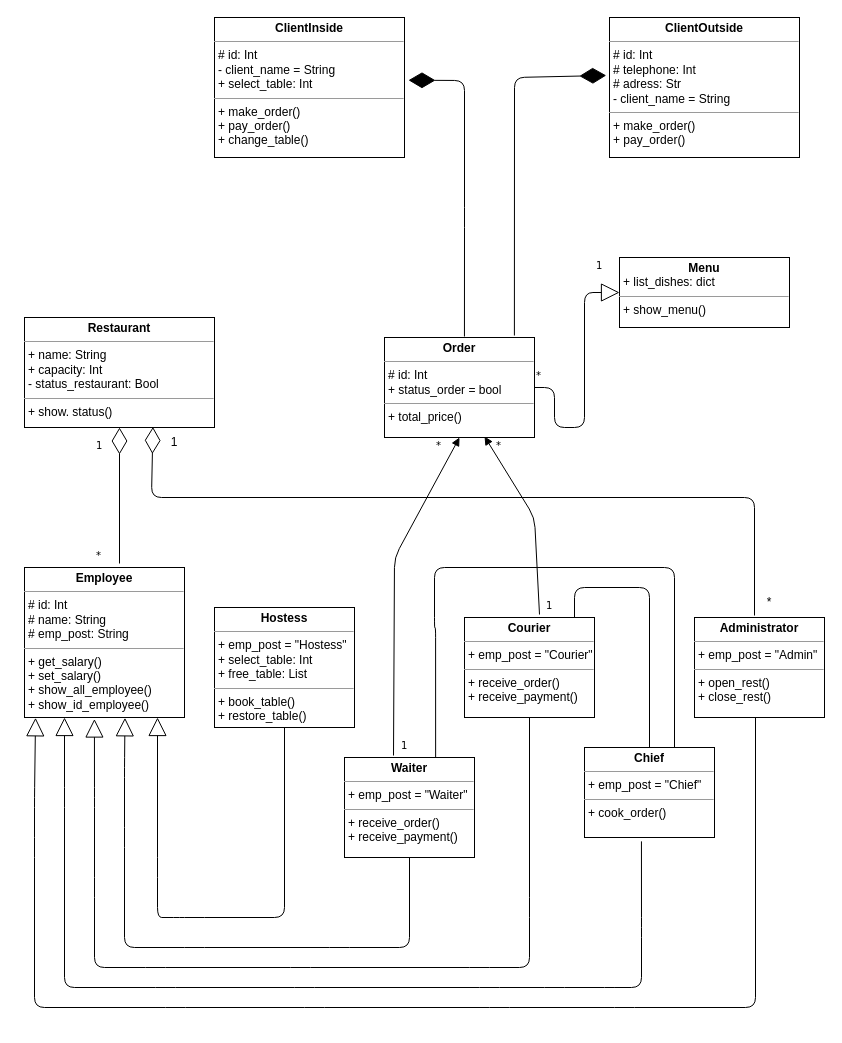
Mariia-Kosorotykova/python-education keeps this draw.io diagram as oop_uml_diagram/diagram_UML.drawio. Above is the earlier version. Source tidied: cells renumbered, new cells numbered last; positions are measured from the earlier drawing's top-left corner, leaving out a move shared by most shapes. Both pictures are drawn from the tidied source at 100%, with x=0, y=0 at pixel (24, 17).
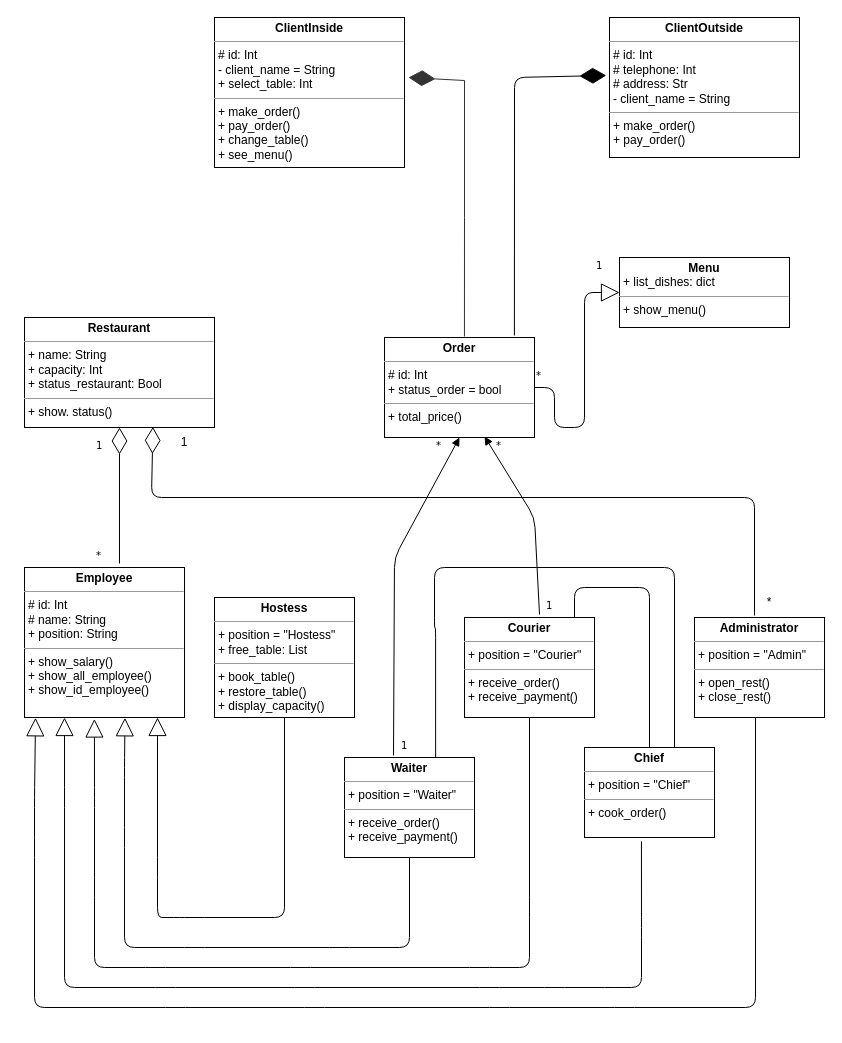
After the change.

Commit message (it also covers changes not shown here):
Added uml diagram

The change refers to these unchanged cells:
```xml
<mxCell id="7" value="&lt;p style=&quot;margin: 0px ; margin-top: 4px ; text-align: center&quot;&gt;&lt;b&gt;Order&lt;/b&gt;&lt;/p&gt;&lt;hr size=&quot;1&quot;&gt;&lt;p style=&quot;margin: 0px ; margin-left: 4px&quot;&gt;# id: Int&lt;/p&gt;&lt;p style=&quot;margin: 0px ; margin-left: 4px&quot;&gt;+ status_order = bool&lt;/p&gt;&lt;hr size=&quot;1&quot;&gt;&lt;p style=&quot;margin: 0px ; margin-left: 4px&quot;&gt;+ total_price()&lt;/p&gt;" style="verticalAlign=top;align=left;overflow=fill;fontSize=12;fontFamily=Helvetica;html=1;rounded=0;shadow=0;comic=0;labelBackgroundColor=none;strokeWidth=1;" parent="1" vertex="1">
  <mxGeometry x="360" y="320" width="150" height="100" as="geometry" />
</mxCell>
```

Change to the diagram source:
```diff
@@
-    <mxCell id="2" value="&lt;p style=&quot;margin: 0px ; margin-top: 4px ; text-align: center&quot;&gt;&lt;b&gt;ClientInside&lt;/b&gt;&lt;/p&gt;&lt;hr size=&quot;1&quot;&gt;&lt;p style=&quot;margin: 0px ; margin-left: 4px&quot;&gt;# id: Int&lt;/p&gt;&lt;p style=&quot;margin: 0px ; margin-left: 4px&quot;&gt;- client_name = String&lt;br&gt;+ select_table: Int&lt;/p&gt;&lt;hr size=&quot;1&quot;&gt;&lt;p style=&quot;margin: 0px ; margin-left: 4px&quot;&gt;+ make_order()&lt;br&gt;+ pay_order()&lt;/p&gt;&lt;p style=&quot;margin: 0px ; margin-left: 4px&quot;&gt;+ change_table()&lt;/p&gt;" style="verticalAlign=top;align=left;overflow=fill;fontSize=12;fontFamily=Helvetica;html=1;rounded=0;shadow=0;comic=0;labelBackgroundColor=none;strokeWidth=1;" parent="1" vertex="1">
-      <mxGeometry x="190" width="190" height="140" as="geometry" />
+    <mxCell id="2" value="&lt;p style=&quot;margin: 0px ; margin-top: 4px ; text-align: center&quot;&gt;&lt;b&gt;ClientInside&lt;/b&gt;&lt;/p&gt;&lt;hr size=&quot;1&quot;&gt;&lt;p style=&quot;margin: 0px ; margin-left: 4px&quot;&gt;# id: Int&lt;/p&gt;&lt;p style=&quot;margin: 0px ; margin-left: 4px&quot;&gt;- client_name = String&lt;br&gt;+ select_table: Int&lt;/p&gt;&lt;hr size=&quot;1&quot;&gt;&lt;p style=&quot;margin: 0px ; margin-left: 4px&quot;&gt;+ make_order()&lt;br&gt;+ pay_order()&lt;/p&gt;&lt;p style=&quot;margin: 0px ; margin-left: 4px&quot;&gt;+ change_table()&lt;/p&gt;&lt;p style=&quot;margin: 0px ; margin-left: 4px&quot;&gt;+ see_menu()&lt;/p&gt;" style="verticalAlign=top;align=left;overflow=fill;fontSize=12;fontFamily=Helvetica;html=1;rounded=0;shadow=0;comic=0;labelBackgroundColor=none;strokeWidth=1;" parent="1" vertex="1">
+      <mxGeometry x="190" width="190" height="150" as="geometry" />
     </mxCell>
-    <mxCell id="3" value="&lt;p style=&quot;margin: 0px ; margin-top: 4px ; text-align: center&quot;&gt;&lt;b&gt;Administrator&lt;/b&gt;&lt;/p&gt;&lt;hr size=&quot;1&quot;&gt;&lt;p style=&quot;margin: 0px ; margin-left: 4px&quot;&gt;+ emp_post = &quot;Admin&quot;&lt;/p&gt;&lt;hr size=&quot;1&quot;&gt;&lt;p style=&quot;margin: 0px ; margin-left: 4px&quot;&gt;+ open_rest()&lt;/p&gt;&lt;p style=&quot;margin: 0px ; margin-left: 4px&quot;&gt;+ close_rest()&lt;/p&gt;" style="verticalAlign=top;align=left;overflow=fill;fontSize=12;fontFamily=Helvetica;html=1;rounded=0;shadow=0;comic=0;labelBackgroundColor=none;strokeWidth=1;" parent="1" vertex="1">
+    <mxCell id="3" value="&lt;p style=&quot;margin: 0px ; margin-top: 4px ; text-align: center&quot;&gt;&lt;b&gt;Administrator&lt;/b&gt;&lt;/p&gt;&lt;hr size=&quot;1&quot;&gt;&lt;p style=&quot;margin: 0px ; margin-left: 4px&quot;&gt;+ position = &quot;Admin&quot;&lt;/p&gt;&lt;hr size=&quot;1&quot;&gt;&lt;p style=&quot;margin: 0px ; margin-left: 4px&quot;&gt;+ open_rest()&lt;/p&gt;&lt;p style=&quot;margin: 0px ; margin-left: 4px&quot;&gt;+ close_rest()&lt;/p&gt;" style="verticalAlign=top;align=left;overflow=fill;fontSize=12;fontFamily=Helvetica;html=1;rounded=0;shadow=0;comic=0;labelBackgroundColor=none;strokeWidth=1;" parent="1" vertex="1">
       <mxGeometry x="670" y="600" width="130" height="100" as="geometry" />
     </mxCell>
-    <mxCell id="4" value="&lt;p style=&quot;margin: 0px ; margin-top: 4px ; text-align: center&quot;&gt;&lt;b&gt;Employee&lt;/b&gt;&lt;/p&gt;&lt;hr size=&quot;1&quot;&gt;&lt;p style=&quot;margin: 0px ; margin-left: 4px&quot;&gt;# id: Int&lt;br&gt;# name: String&lt;/p&gt;&lt;p style=&quot;margin: 0px ; margin-left: 4px&quot;&gt;# emp_post: String&lt;/p&gt;&lt;hr size=&quot;1&quot;&gt;&lt;p style=&quot;margin: 0px ; margin-left: 4px&quot;&gt;+ get_salary()&lt;br&gt;+ set_salary()&lt;/p&gt;&lt;p style=&quot;margin: 0px ; margin-left: 4px&quot;&gt;+ show_all_employee()&lt;/p&gt;&lt;p style=&quot;margin: 0px ; margin-left: 4px&quot;&gt;+ show_id_employee()&lt;/p&gt;" style="verticalAlign=top;align=left;overflow=fill;fontSize=12;fontFamily=Helvetica;html=1;rounded=0;shadow=0;comic=0;labelBackgroundColor=none;strokeWidth=1;" parent="1" vertex="1">
+    <mxCell id="4" value="&lt;p style=&quot;margin: 0px ; margin-top: 4px ; text-align: center&quot;&gt;&lt;b&gt;Employee&lt;/b&gt;&lt;/p&gt;&lt;hr size=&quot;1&quot;&gt;&lt;p style=&quot;margin: 0px ; margin-left: 4px&quot;&gt;# id: Int&lt;br&gt;# name: String&lt;/p&gt;&lt;p style=&quot;margin: 0px ; margin-left: 4px&quot;&gt;+ posi&lt;span&gt;tion: String&lt;/span&gt;&lt;/p&gt;&lt;hr size=&quot;1&quot;&gt;&lt;p style=&quot;margin: 0px ; margin-left: 4px&quot;&gt;+ show_salary()&lt;/p&gt;&lt;p style=&quot;margin: 0px ; margin-left: 4px&quot;&gt;&lt;span&gt;+ show_all_employee()&lt;/span&gt;&lt;br&gt;&lt;/p&gt;&lt;p style=&quot;margin: 0px ; margin-left: 4px&quot;&gt;+ show_id_employee()&lt;/p&gt;" style="verticalAlign=top;align=left;overflow=fill;fontSize=12;fontFamily=Helvetica;html=1;rounded=0;shadow=0;comic=0;labelBackgroundColor=none;strokeWidth=1;" parent="1" vertex="1">
       <mxGeometry y="550" width="160" height="150" as="geometry" />
     </mxCell>
-    <mxCell id="5" value="&lt;p style=&quot;margin: 0px ; margin-top: 4px ; text-align: center&quot;&gt;&lt;b&gt;Restaurant&lt;/b&gt;&lt;/p&gt;&lt;hr size=&quot;1&quot;&gt;&lt;p style=&quot;margin: 0px ; margin-left: 4px&quot;&gt;+ name: String&lt;br&gt;+ capaсity: Int&lt;/p&gt;&lt;p style=&quot;margin: 0px ; margin-left: 4px&quot;&gt;- status_restaurant: Bool&lt;/p&gt;&lt;hr size=&quot;1&quot;&gt;&lt;p style=&quot;margin: 0px ; margin-left: 4px&quot;&gt;+ show. status()&lt;/p&gt;" style="verticalAlign=top;align=left;overflow=fill;fontSize=12;fontFamily=Helvetica;html=1;rounded=0;shadow=0;comic=0;labelBackgroundColor=none;strokeWidth=1;" parent="1" vertex="1">
+    <mxCell id="5" value="&lt;p style=&quot;margin: 0px ; margin-top: 4px ; text-align: center&quot;&gt;&lt;b&gt;Restaurant&lt;/b&gt;&lt;/p&gt;&lt;hr size=&quot;1&quot;&gt;&lt;p style=&quot;margin: 0px ; margin-left: 4px&quot;&gt;+ name: String&lt;br&gt;+ capaсity: Int&lt;/p&gt;&lt;p style=&quot;margin: 0px ; margin-left: 4px&quot;&gt;+ status_restaurant: Bool&lt;/p&gt;&lt;hr size=&quot;1&quot;&gt;&lt;p style=&quot;margin: 0px ; margin-left: 4px&quot;&gt;+ show. status()&lt;/p&gt;" style="verticalAlign=top;align=left;overflow=fill;fontSize=12;fontFamily=Helvetica;html=1;rounded=0;shadow=0;comic=0;labelBackgroundColor=none;strokeWidth=1;" parent="1" vertex="1">
       <mxGeometry y="300" width="190" height="110" as="geometry" />
     </mxCell>
@@
-    <mxCell id="8" value="&lt;p style=&quot;margin: 0px ; margin-top: 4px ; text-align: center&quot;&gt;&lt;b&gt;Chief&lt;/b&gt;&lt;/p&gt;&lt;hr size=&quot;1&quot;&gt;&lt;p style=&quot;margin: 0px ; margin-left: 4px&quot;&gt;+ emp_post = &quot;Chief&quot;&lt;br&gt;&lt;/p&gt;&lt;hr size=&quot;1&quot;&gt;&lt;p style=&quot;margin: 0px ; margin-left: 4px&quot;&gt;+ cook_order()&lt;/p&gt;" style="verticalAlign=top;align=left;overflow=fill;fontSize=12;fontFamily=Helvetica;html=1;rounded=0;shadow=0;comic=0;labelBackgroundColor=none;strokeWidth=1;" parent="1" vertex="1">
+    <mxCell id="8" value="&lt;p style=&quot;margin: 0px ; margin-top: 4px ; text-align: center&quot;&gt;&lt;b&gt;Chief&lt;/b&gt;&lt;/p&gt;&lt;hr size=&quot;1&quot;&gt;&lt;p style=&quot;margin: 0px ; margin-left: 4px&quot;&gt;+ position = &quot;Chief&quot;&lt;br&gt;&lt;/p&gt;&lt;hr size=&quot;1&quot;&gt;&lt;p style=&quot;margin: 0px ; margin-left: 4px&quot;&gt;+ cook_order()&lt;/p&gt;" style="verticalAlign=top;align=left;overflow=fill;fontSize=12;fontFamily=Helvetica;html=1;rounded=0;shadow=0;comic=0;labelBackgroundColor=none;strokeWidth=1;" parent="1" vertex="1">
       <mxGeometry x="560" y="730" width="130" height="90" as="geometry" />
     </mxCell>
-    <mxCell id="9" value="&lt;p style=&quot;margin: 0px ; margin-top: 4px ; text-align: center&quot;&gt;&lt;b&gt;Courier&lt;/b&gt;&lt;/p&gt;&lt;hr size=&quot;1&quot;&gt;&lt;p style=&quot;margin: 0px ; margin-left: 4px&quot;&gt;+ emp_post = &quot;Courier&quot;&lt;br&gt;&lt;/p&gt;&lt;hr size=&quot;1&quot;&gt;&lt;p style=&quot;margin: 0px ; margin-left: 4px&quot;&gt;+ receive_order()&lt;/p&gt;&lt;p style=&quot;margin: 0px ; margin-left: 4px&quot;&gt;+ receive_payment()&lt;/p&gt;" style="verticalAlign=top;align=left;overflow=fill;fontSize=12;fontFamily=Helvetica;html=1;rounded=0;shadow=0;comic=0;labelBackgroundColor=none;strokeWidth=1;" parent="1" vertex="1">
+    <mxCell id="9" value="&lt;p style=&quot;margin: 0px ; margin-top: 4px ; text-align: center&quot;&gt;&lt;b&gt;Courier&lt;/b&gt;&lt;/p&gt;&lt;hr size=&quot;1&quot;&gt;&lt;p style=&quot;margin: 0px ; margin-left: 4px&quot;&gt;+ position = &quot;Courier&quot;&lt;br&gt;&lt;/p&gt;&lt;hr size=&quot;1&quot;&gt;&lt;p style=&quot;margin: 0px ; margin-left: 4px&quot;&gt;+ receive_order()&lt;/p&gt;&lt;p style=&quot;margin: 0px ; margin-left: 4px&quot;&gt;+ receive_payment()&lt;/p&gt;" style="verticalAlign=top;align=left;overflow=fill;fontSize=12;fontFamily=Helvetica;html=1;rounded=0;shadow=0;comic=0;labelBackgroundColor=none;strokeWidth=1;" parent="1" vertex="1">
       <mxGeometry x="440" y="600" width="130" height="100" as="geometry" />
     </mxCell>
-    <mxCell id="10" value="&lt;p style=&quot;margin: 0px ; margin-top: 4px ; text-align: center&quot;&gt;&lt;b&gt;Waiter&lt;/b&gt;&lt;/p&gt;&lt;hr size=&quot;1&quot;&gt;&lt;p style=&quot;margin: 0px ; margin-left: 4px&quot;&gt;+ emp_post = &quot;Waiter&quot;&lt;br&gt;&lt;/p&gt;&lt;hr size=&quot;1&quot;&gt;&lt;p style=&quot;margin: 0px ; margin-left: 4px&quot;&gt;+ receive_order()&lt;/p&gt;&lt;p style=&quot;margin: 0px ; margin-left: 4px&quot;&gt;+ receive_payment()&lt;/p&gt;" style="verticalAlign=top;align=left;overflow=fill;fontSize=12;fontFamily=Helvetica;html=1;rounded=0;shadow=0;comic=0;labelBackgroundColor=none;strokeWidth=1;" parent="1" vertex="1">
+    <mxCell id="10" value="&lt;p style=&quot;margin: 0px ; margin-top: 4px ; text-align: center&quot;&gt;&lt;b&gt;Waiter&lt;/b&gt;&lt;/p&gt;&lt;hr size=&quot;1&quot;&gt;&lt;p style=&quot;margin: 0px ; margin-left: 4px&quot;&gt;+ position = &quot;Waiter&quot;&lt;br&gt;&lt;/p&gt;&lt;hr size=&quot;1&quot;&gt;&lt;p style=&quot;margin: 0px ; margin-left: 4px&quot;&gt;+ receive_order()&lt;/p&gt;&lt;p style=&quot;margin: 0px ; margin-left: 4px&quot;&gt;+ receive_payment()&lt;/p&gt;" style="verticalAlign=top;align=left;overflow=fill;fontSize=12;fontFamily=Helvetica;html=1;rounded=0;shadow=0;comic=0;labelBackgroundColor=none;strokeWidth=1;" parent="1" vertex="1">
       <mxGeometry x="320" y="740" width="130" height="100" as="geometry" />
     </mxCell>
-    <mxCell id="11" value="&lt;p style=&quot;margin: 0px ; margin-top: 4px ; text-align: center&quot;&gt;&lt;b&gt;Hostess&lt;/b&gt;&lt;/p&gt;&lt;hr size=&quot;1&quot;&gt;&lt;p style=&quot;margin: 0px ; margin-left: 4px&quot;&gt;+ emp_post = &quot;Hostess&quot;&lt;br&gt;&lt;/p&gt;&lt;p style=&quot;margin: 0px ; margin-left: 4px&quot;&gt;+ select_table: Int&lt;/p&gt;&lt;p style=&quot;margin: 0px ; margin-left: 4px&quot;&gt;+ free_table: List&lt;/p&gt;&lt;hr size=&quot;1&quot;&gt;&lt;p style=&quot;margin: 0px ; margin-left: 4px&quot;&gt;+ book_table()&lt;/p&gt;&lt;p style=&quot;margin: 0px ; margin-left: 4px&quot;&gt;+ restore_table()&lt;/p&gt;" style="verticalAlign=top;align=left;overflow=fill;fontSize=12;fontFamily=Helvetica;html=1;rounded=0;shadow=0;comic=0;labelBackgroundColor=none;strokeWidth=1;" parent="1" vertex="1">
-      <mxGeometry x="190" y="590" width="140" height="120" as="geometry" />
+    <mxCell id="11" value="&lt;p style=&quot;margin: 0px ; margin-top: 4px ; text-align: center&quot;&gt;&lt;b&gt;Hostess&lt;/b&gt;&lt;/p&gt;&lt;hr size=&quot;1&quot;&gt;&lt;p style=&quot;margin: 0px ; margin-left: 4px&quot;&gt;+ position = &quot;Hostess&quot;&lt;/p&gt;&lt;p style=&quot;margin: 0px ; margin-left: 4px&quot;&gt;+ free_table: List&lt;/p&gt;&lt;hr size=&quot;1&quot;&gt;&lt;p style=&quot;margin: 0px ; margin-left: 4px&quot;&gt;+ book_table()&lt;/p&gt;&lt;p style=&quot;margin: 0px ; margin-left: 4px&quot;&gt;+ restore_table()&lt;/p&gt;&lt;p style=&quot;margin: 0px ; margin-left: 4px&quot;&gt;+ display_capacity()&lt;/p&gt;" style="verticalAlign=top;align=left;overflow=fill;fontSize=12;fontFamily=Helvetica;html=1;rounded=0;shadow=0;comic=0;labelBackgroundColor=none;strokeWidth=1;" parent="1" vertex="1">
+      <mxGeometry x="190" y="580" width="140" height="120" as="geometry" />
     </mxCell>
@@
-    <mxCell id="20" value="&lt;p style=&quot;margin: 0px ; margin-top: 4px ; text-align: center&quot;&gt;&lt;b&gt;ClientOutside&lt;/b&gt;&lt;/p&gt;&lt;hr size=&quot;1&quot;&gt;&lt;p style=&quot;margin: 0px ; margin-left: 4px&quot;&gt;# id: Int&lt;/p&gt;&lt;p style=&quot;margin: 0px ; margin-left: 4px&quot;&gt;# telephone: Int&lt;/p&gt;&lt;p style=&quot;margin: 0px ; margin-left: 4px&quot;&gt;# adress: Str&lt;/p&gt;&lt;p style=&quot;margin: 0px ; margin-left: 4px&quot;&gt;- client_name = String&lt;br&gt;&lt;/p&gt;&lt;hr size=&quot;1&quot;&gt;&lt;p style=&quot;margin: 0px ; margin-left: 4px&quot;&gt;+ make_order()&lt;br&gt;+ pay_order()&lt;/p&gt;" style="verticalAlign=top;align=left;overflow=fill;fontSize=12;fontFamily=Helvetica;html=1;rounded=0;shadow=0;comic=0;labelBackgroundColor=none;strokeWidth=1;" parent="1" vertex="1">
+    <mxCell id="20" value="&lt;p style=&quot;margin: 0px ; margin-top: 4px ; text-align: center&quot;&gt;&lt;b&gt;ClientOutside&lt;/b&gt;&lt;/p&gt;&lt;hr size=&quot;1&quot;&gt;&lt;p style=&quot;margin: 0px ; margin-left: 4px&quot;&gt;# id: Int&lt;/p&gt;&lt;p style=&quot;margin: 0px ; margin-left: 4px&quot;&gt;# telephone: Int&lt;/p&gt;&lt;p style=&quot;margin: 0px ; margin-left: 4px&quot;&gt;# address: Str&lt;/p&gt;&lt;p style=&quot;margin: 0px ; margin-left: 4px&quot;&gt;- client_name = String&lt;br&gt;&lt;/p&gt;&lt;hr size=&quot;1&quot;&gt;&lt;p style=&quot;margin: 0px ; margin-left: 4px&quot;&gt;+ make_order()&lt;br&gt;+ pay_order()&lt;/p&gt;" style="verticalAlign=top;align=left;overflow=fill;fontSize=12;fontFamily=Helvetica;html=1;rounded=0;shadow=0;comic=0;labelBackgroundColor=none;strokeWidth=1;" parent="1" vertex="1">
       <mxGeometry x="585" width="190" height="140" as="geometry" />
     </mxCell>
@@
-    <mxCell id="22" style="endArrow=diamondThin;endFill=1;endSize=24;html=1;entryX=1.021;entryY=0.448;entryDx=0;entryDy=0;entryPerimeter=0;exitX=0.533;exitY=-0.01;exitDx=0;exitDy=0;exitPerimeter=0;" parent="1" edge="1" source="7" target="2">
+    <mxCell id="22" style="endArrow=diamondThin;endFill=1;endSize=24;html=1;exitX=0.533;exitY=-0.01;exitDx=0;exitDy=0;exitPerimeter=0;fillColor=#f5f5f5;rounded=0;strokeColor=#333333;" parent="1" edge="1" source="7">
       <mxGeometry relative="1" as="geometry">
+        <mxPoint x="384" y="60" as="targetPoint" />
         <Array as="points">
           <mxPoint x="440" y="200" />
           <mxPoint x="440" y="63" />
         </Array>
       </mxGeometry>
     </mxCell>
@@
     <mxCell id="35" value="1" style="text;html=1;strokeColor=none;fillColor=none;align=center;verticalAlign=middle;whiteSpace=wrap;rounded=0;" parent="1" vertex="1">
-      <mxGeometry x="130" y="415" width="40" height="20" as="geometry" />
+      <mxGeometry x="140" y="415" width="40" height="20" as="geometry" />
     </mxCell>
```
